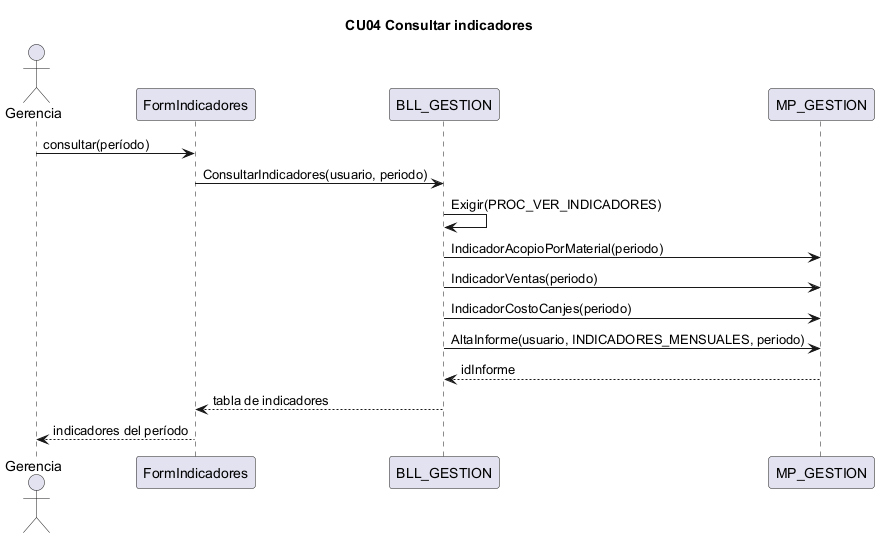
Earlier version of the PlantUML export docs/diagramas/secuencias_png/CU04.png (L-Muniz/uai-diploma_2026). The source it was exported from:
```plantuml
@startuml CU04
title CU04 Consultar indicadores
actor Gerencia
participant "FormIndicadores" as IU
participant "BLL_GESTION" as BLL
participant "MP_GESTION" as DAL
Gerencia -> IU : consultar(período)
IU -> BLL : ConsultarIndicadores(usuario, periodo)
BLL -> BLL : Exigir(PROC_VER_INDICADORES)
BLL -> DAL : IndicadorAcopioPorMaterial(periodo)
BLL -> DAL : IndicadorVentas(periodo)
BLL -> DAL : IndicadorCostoCanjes(periodo)
BLL -> DAL : AltaInforme(usuario, INDICADORES_MENSUALES, periodo)
DAL --> BLL : idInforme
BLL --> IU : tabla de indicadores
IU --> Gerencia : indicadores del período
@enduml
```
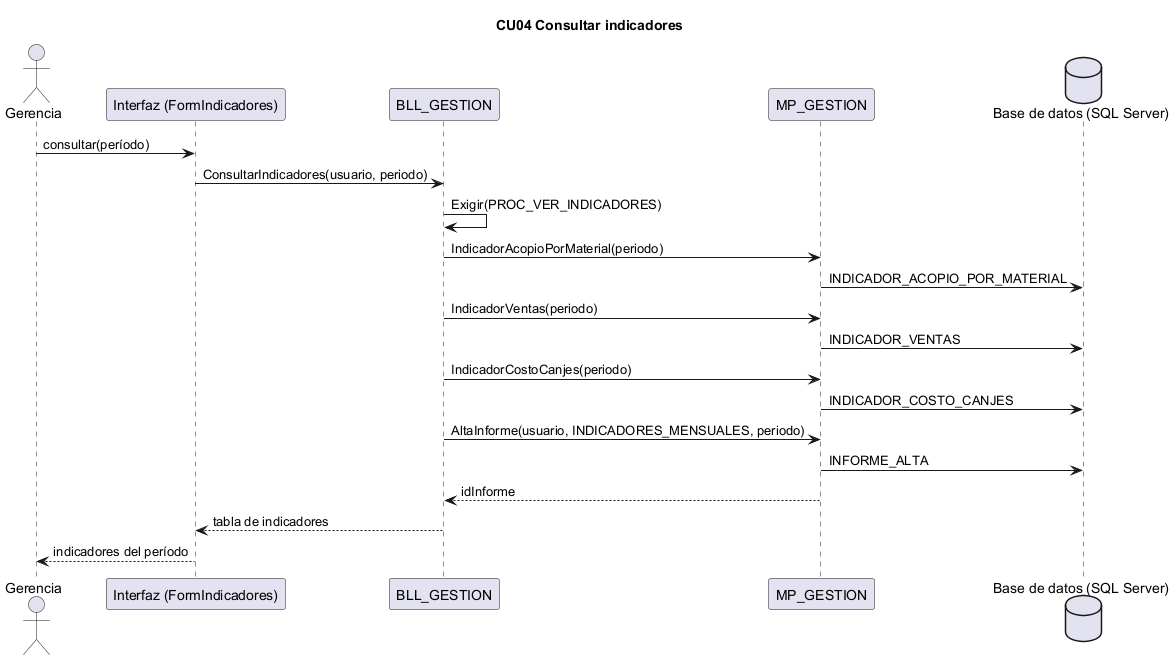
The same diagram one commit later.

What changed in the source:
```diff
@@ -1,16 +1,21 @@
 @startuml CU04
 title CU04 Consultar indicadores
 actor Gerencia
-participant "FormIndicadores" as IU
+participant "Interfaz (FormIndicadores)" as IU
 participant "BLL_GESTION" as BLL
 participant "MP_GESTION" as DAL
+database "Base de datos (SQL Server)" as BD
 Gerencia -> IU : consultar(período)
 IU -> BLL : ConsultarIndicadores(usuario, periodo)
 BLL -> BLL : Exigir(PROC_VER_INDICADORES)
 BLL -> DAL : IndicadorAcopioPorMaterial(periodo)
+DAL -> BD : INDICADOR_ACOPIO_POR_MATERIAL
 BLL -> DAL : IndicadorVentas(periodo)
+DAL -> BD : INDICADOR_VENTAS
 BLL -> DAL : IndicadorCostoCanjes(periodo)
+DAL -> BD : INDICADOR_COSTO_CANJES
 BLL -> DAL : AltaInforme(usuario, INDICADORES_MENSUALES, periodo)
+DAL -> BD : INFORME_ALTA
 DAL --> BLL : idInforme
 BLL --> IU : tabla de indicadores
 IU --> Gerencia : indicadores del período
```
